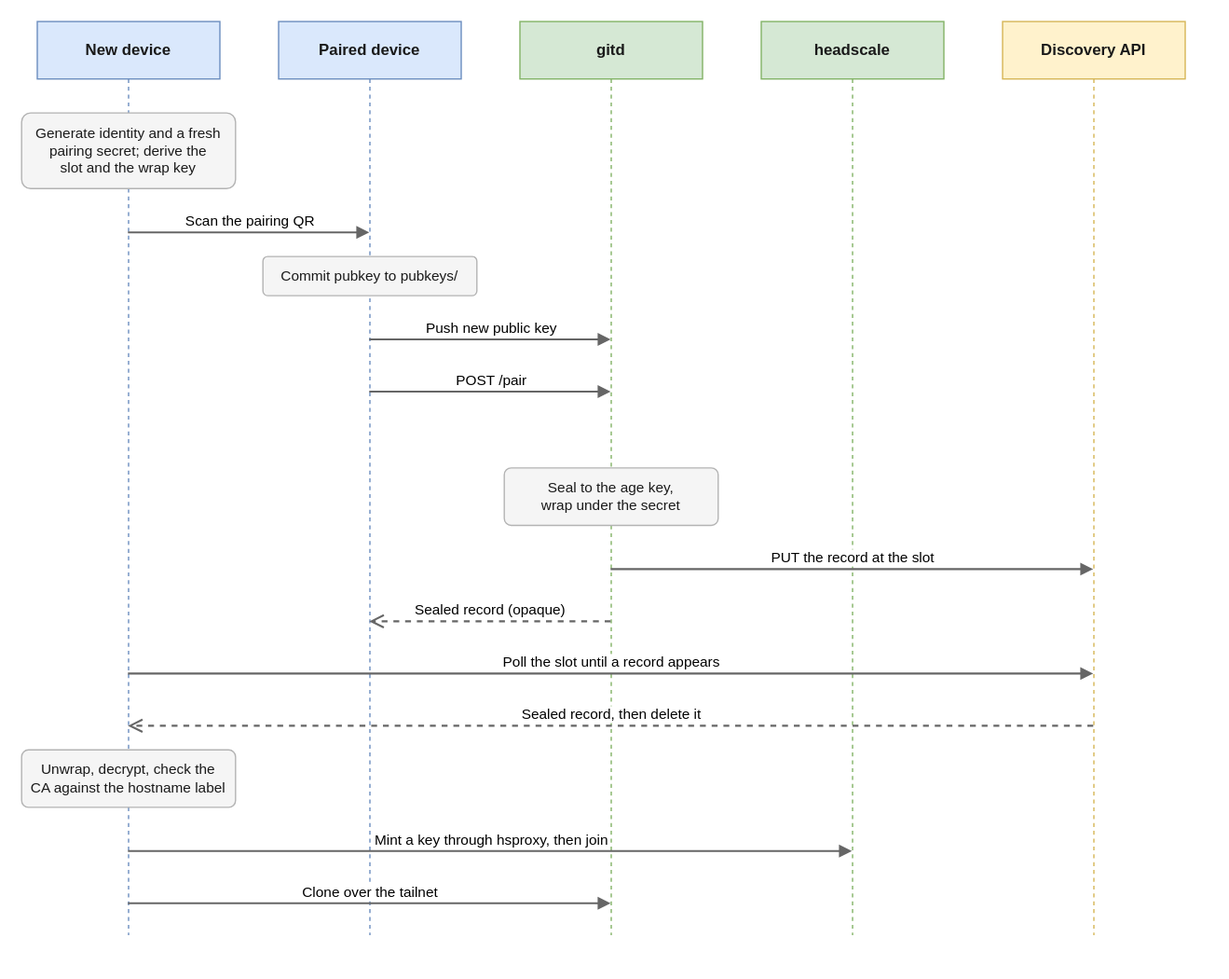
This is docs/docs/gitdb/device-onboarding/tailnet-pairing.drawio.svg from mr-andreas/replycant, a draw.io export, as it was before one commit. Source tidied: cells renumbered, new cells last; positions are measured from the earlier drawing's top-left corner, leaving out a move shared by most shapes.
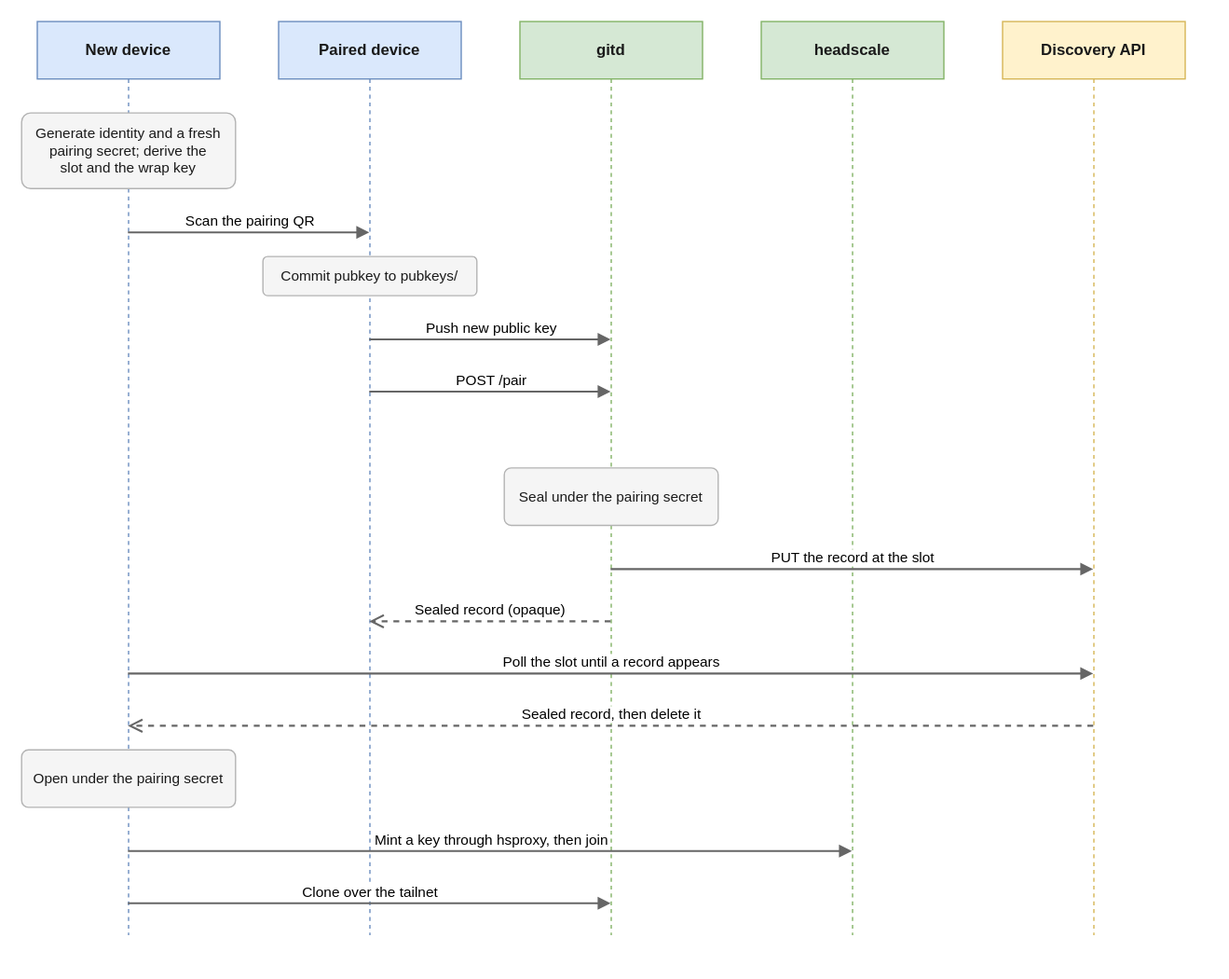
The same diagram one commit later.

Diff of the diagram source:
```diff
@@ -41,7 +41,7 @@
         <mxPoint x="452" y="284" as="targetPoint" />
       </mxGeometry>
     </mxCell>
-    <mxCell id="12" value="Seal to the age key,&lt;br&gt;wrap under the secret" style="rounded=1;arcSize=12;whiteSpace=wrap;html=1;fillColor=#f5f5f5;strokeColor=#b3b3b3;fontColor=#1a1a1a;fontSize=11;" parent="1" vertex="1">
+    <mxCell id="12" value="Seal under the pairing secret" style="rounded=1;arcSize=12;whiteSpace=wrap;html=1;fillColor=#f5f5f5;strokeColor=#b3b3b3;fontColor=#1a1a1a;fontSize=11;" parent="1" vertex="1">
       <mxGeometry x="370" y="342" width="164" height="44" as="geometry" />
     </mxCell>
     <mxCell id="13" value="PUT the record at the slot" style="html=1;verticalAlign=bottom;fontSize=11;labelBackgroundColor=default;strokeColor=#666666;strokeWidth=1.5;endArrow=block;endFill=1;" parent="1" edge="1">
@@ -68,7 +68,7 @@
         <mxPoint x="82" y="540" as="targetPoint" />
       </mxGeometry>
     </mxCell>
-    <mxCell id="17" value="Unwrap, decrypt, check the&lt;br&gt;CA against the hostname label" style="rounded=1;arcSize=12;whiteSpace=wrap;html=1;fillColor=#f5f5f5;strokeColor=#b3b3b3;fontColor=#1a1a1a;fontSize=11;" parent="1" vertex="1">
+    <mxCell id="17" value="Open under the pairing secret" style="rounded=1;arcSize=12;whiteSpace=wrap;html=1;fillColor=#f5f5f5;strokeColor=#b3b3b3;fontColor=#1a1a1a;fontSize=11;" parent="1" vertex="1">
       <mxGeometry y="558" width="164" height="44" as="geometry" />
     </mxCell>
     <mxCell id="18" value="Mint a key through hsproxy, then join" style="html=1;verticalAlign=bottom;fontSize=11;labelBackgroundColor=default;strokeColor=#666666;strokeWidth=1.5;endArrow=block;endFill=1;" parent="1" edge="1">
```
